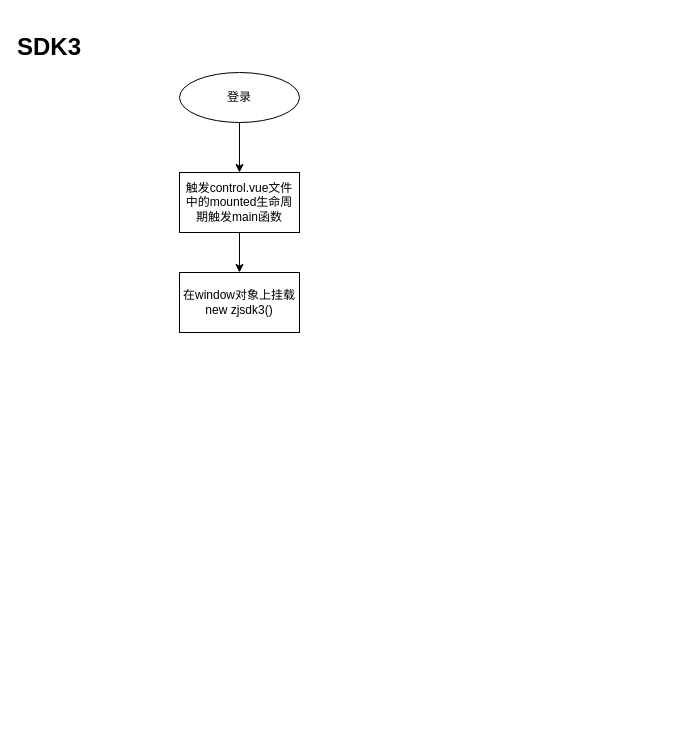
Earlier version of the draw.io diagram page "sdk3" (2 of 2) of 未命名绘图.drawio (liuyifeng123321/arrayRemove). Source tidied: cells renumbered, new cells numbered last; positions are measured from the earlier drawing's top-left corner, leaving out a move shared by most shapes. Both pictures are drawn from the tidied source at 100%, with x=0, y=0 at pixel (19, 32).
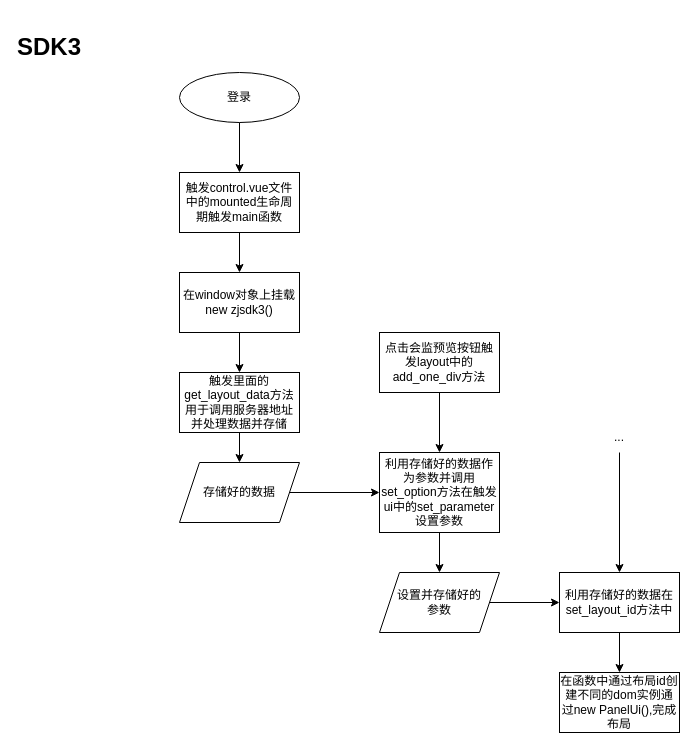
After the change.

Unchanged cells that the change refers to:
```xml
<mxCell id="6" value="在window对象上挂载&lt;br&gt;new zjsdk3()" style="rounded=0;whiteSpace=wrap;html=1;" parent="1" vertex="1">
  <mxGeometry x="160" y="240" width="120" height="60" as="geometry" />
</mxCell>
```

Change to the diagram source:
```diff
@@
+    <mxCell id="8" value="触发里面的get_layout_data方法用于调用服务器地址并处理数据并存储" style="rounded=0;whiteSpace=wrap;html=1;" parent="1" vertex="1">
+      <mxGeometry x="160" y="340" width="120" height="60" as="geometry" />
+    </mxCell>
+    <mxCell id="9" style="endArrow=classic;html=1;rounded=0;exitX=0.5;exitY=1;exitDx=0;exitDy=0;entryX=0.5;entryY=0;entryDx=0;entryDy=0;" parent="1" edge="1" source="6" target="8">
+      <mxGeometry relative="1" as="geometry" />
+    </mxCell>
+    <mxCell id="10" value="存储好的数据" style="shape=parallelogram;perimeter=parallelogramPerimeter;whiteSpace=wrap;html=1;fixedSize=1;" parent="1" vertex="1">
+      <mxGeometry x="160" y="430" width="120" height="60" as="geometry" />
+    </mxCell>
+    <mxCell id="11" value="点击会监预览按钮触发layout中的add_one_div方法" style="rounded=0;whiteSpace=wrap;html=1;" parent="1" vertex="1">
+      <mxGeometry x="360" y="300" width="120" height="60" as="geometry" />
+    </mxCell>
+    <mxCell id="12" value="利用存储好的数据作为参数并调用set_option方法在触发ui中的set_parameter设置参数" style="rounded=0;whiteSpace=wrap;html=1;" parent="1" vertex="1">
+      <mxGeometry x="360" y="420" width="120" height="80" as="geometry" />
+    </mxCell>
+    <mxCell id="13" style="endArrow=classic;html=1;rounded=0;exitX=0.5;exitY=1;exitDx=0;exitDy=0;entryX=0.5;entryY=0;entryDx=0;entryDy=0;" parent="1" edge="1" source="11" target="12">
+      <mxGeometry relative="1" as="geometry" />
+    </mxCell>
+    <mxCell id="14" style="endArrow=classic;html=1;rounded=0;exitX=1;exitY=0.5;exitDx=0;exitDy=0;entryX=0;entryY=0.5;entryDx=0;entryDy=0;" parent="1" edge="1" source="10" target="12">
+      <mxGeometry relative="1" as="geometry" />
+    </mxCell>
+    <mxCell id="15" style="endArrow=classic;html=1;rounded=0;exitX=0.5;exitY=1;exitDx=0;exitDy=0;entryX=0.5;entryY=0;entryDx=0;entryDy=0;" parent="1" edge="1" source="8" target="10">
+      <mxGeometry relative="1" as="geometry" />
+    </mxCell>
+    <mxCell id="16" value="设置并存储好的&lt;br&gt;参数" style="shape=parallelogram;perimeter=parallelogramPerimeter;whiteSpace=wrap;html=1;fixedSize=1;" parent="1" vertex="1">
+      <mxGeometry x="360" y="540" width="120" height="60" as="geometry" />
+    </mxCell>
+    <mxCell id="17" style="endArrow=classic;html=1;rounded=0;exitX=0.5;exitY=1;exitDx=0;exitDy=0;" parent="1" edge="1" source="12" target="16">
+      <mxGeometry relative="1" as="geometry" />
+    </mxCell>
+    <mxCell id="18" style="endArrow=classic;html=1;rounded=0;" parent="1" edge="1">
+      <mxGeometry relative="1" as="geometry">
+        <mxPoint x="470" y="570" as="sourcePoint" />
+        <mxPoint x="540" y="570" as="targetPoint" />
+      </mxGeometry>
+    </mxCell>
+    <mxCell id="19" value="利用存储好的数据在set_layout_id方法中" style="rounded=0;whiteSpace=wrap;html=1;" parent="1" vertex="1">
+      <mxGeometry x="540" y="540" width="120" height="60" as="geometry" />
+    </mxCell>
+    <mxCell id="20" value="在函数中通过布局id创建不同的dom实例通过new PanelUi(),完成布局" style="rounded=0;whiteSpace=wrap;html=1;" parent="1" vertex="1">
+      <mxGeometry x="540" y="640" width="120" height="60" as="geometry" />
+    </mxCell>
+    <mxCell id="21" style="endArrow=classic;html=1;rounded=0;exitX=0.5;exitY=1;exitDx=0;exitDy=0;" parent="1" edge="1" source="19" target="20">
+      <mxGeometry relative="1" as="geometry" />
+    </mxCell>
+    <mxCell id="22" style="endArrow=classic;html=1;rounded=0;entryX=0.5;entryY=0;entryDx=0;entryDy=0;" parent="1" edge="1" target="19">
+      <mxGeometry relative="1" as="geometry">
+        <mxPoint x="600" y="420" as="sourcePoint" />
+      </mxGeometry>
+    </mxCell>
+    <mxCell id="23" value="..." style="text;html=1;strokeColor=none;fillColor=none;align=center;verticalAlign=middle;whiteSpace=wrap;rounded=0;" parent="1" vertex="1">
+      <mxGeometry x="570" y="390" width="60" height="30" as="geometry" />
+    </mxCell>
```
